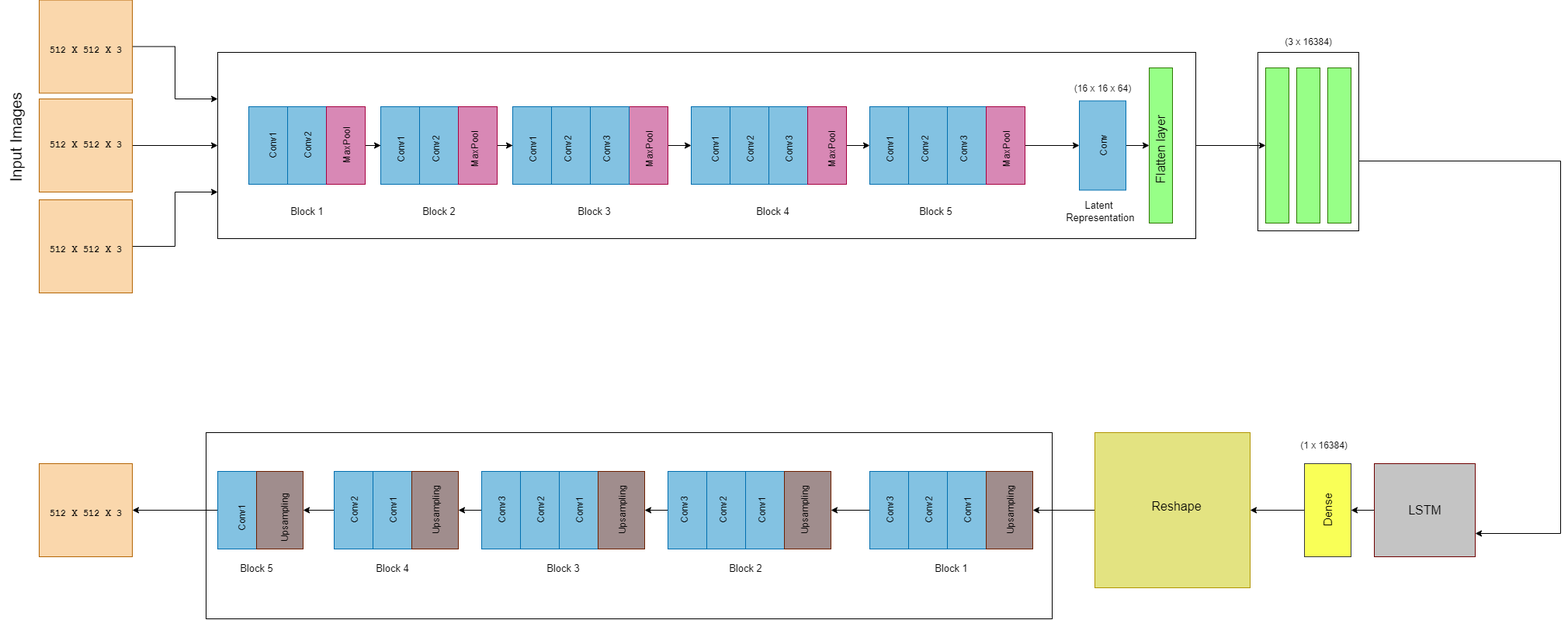
This is Model.drawio.png from pavankumarallu/Water-Body-Detection, a draw.io export, as it was before one commit. Source tidied: cells renumbered, new cells last; positions are measured from the earlier drawing's top-left corner, leaving out a move shared by most shapes.
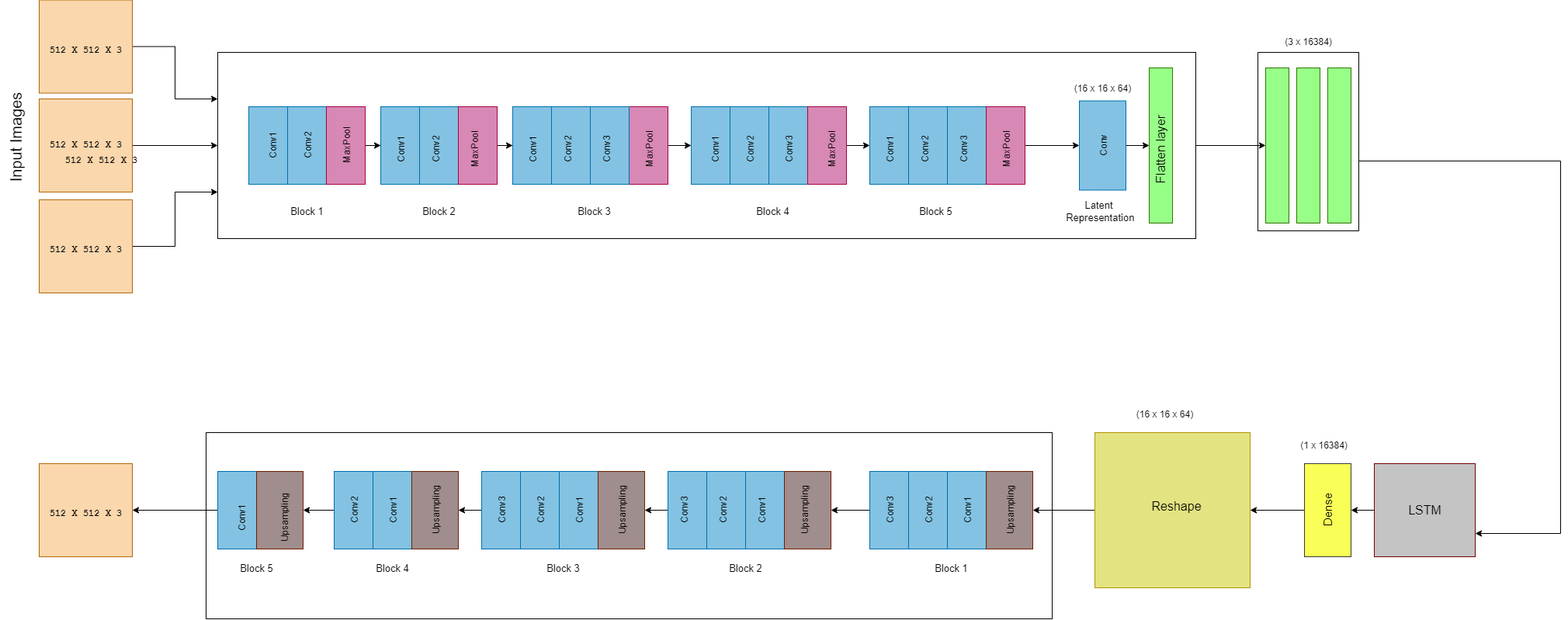
Later version of the same file.

Diff of the diagram source:
```diff
@@ -391,5 +391,11 @@
     <mxCell id="129" value="&lt;font face=&quot;Courier New&quot; style=&quot;font-size: 12px;&quot;&gt;&lt;b style=&quot;&quot;&gt;512 X 512 X 3&lt;/b&gt;&lt;/font&gt;" style="text;html=1;align=center;verticalAlign=middle;fillColor=none;strokeColor=none;rounded=0;fontSize=20;" parent="1" vertex="1">
       <mxGeometry x="100" y="638" width="120" height="40" as="geometry" />
     </mxCell>
+    <mxCell id="130" value="&lt;font face=&quot;Courier New&quot; style=&quot;font-size: 12px;&quot;&gt;&lt;b style=&quot;&quot;&gt;512 X 512 X 3&lt;/b&gt;&lt;/font&gt;" style="text;html=1;align=center;verticalAlign=middle;fillColor=none;strokeColor=none;rounded=0;fontSize=20;" parent="1" vertex="1">
+      <mxGeometry x="120" y="183" width="120" height="40" as="geometry" />
+    </mxCell>
+    <mxCell id="131" value="&lt;font style=&quot;&quot;&gt;&lt;span style=&quot;font-size: 12px;&quot;&gt;(16 x 16 x 64)&lt;/span&gt;&lt;br style=&quot;font-size: 15px;&quot;&gt;&lt;/font&gt;" style="text;html=1;align=center;verticalAlign=middle;fillColor=none;strokeColor=none;rounded=0;rotation=0;fontSize=15;" parent="1" vertex="1">
+      <mxGeometry x="1500" y="518" width="100" height="30" as="geometry" />
+    </mxCell>
   </root>
 </mxGraphModel>
```
